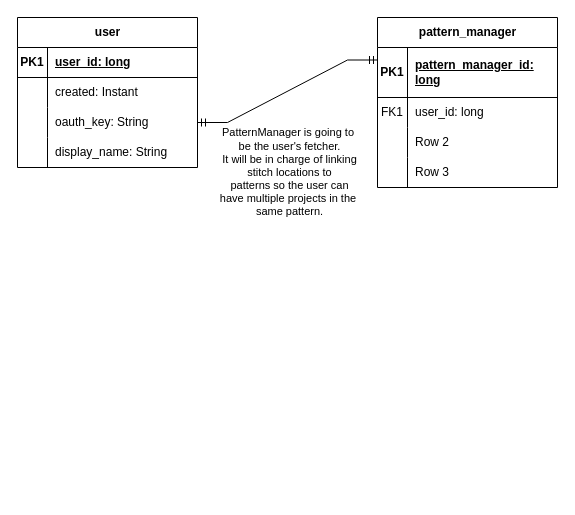
Earlier version of the draw.io diagram work/erd.drawio (ddc-java-17/sereknitty-thedaniellescott). Source tidied: cells renumbered, new cells numbered last; positions are measured from the earlier drawing's top-left corner, leaving out a move shared by most shapes. Both pictures are drawn from the tidied source at 100%, with x=0, y=0 at pixel (17, -83).
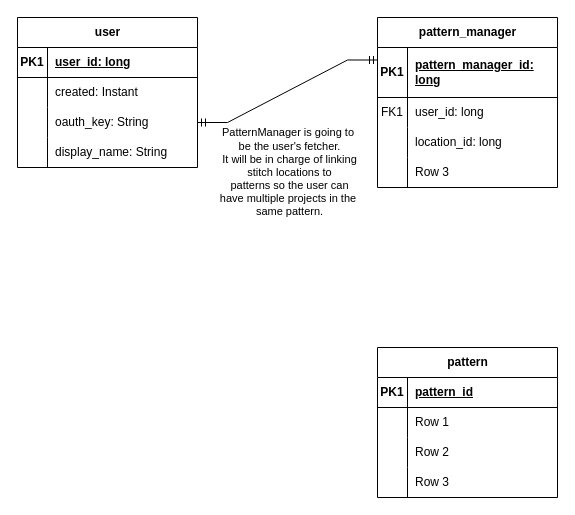
The same diagram, later.

Commit message (it also covers changes not shown here):
Removed user_id field from Pattern. AGNI. ERD still in progress.

The change refers to these unchanged cells:
```xml
<mxCell id="9" style="shape=tableRow;horizontal=0;startSize=0;swimlaneHead=0;swimlaneBody=0;fillColor=none;points=[[0,0.5],[1,0.5]];portConstraint=eastwest;top=0;left=0;right=0;bottom=0;" parent="2" vertex="1">
  <mxGeometry y="90" width="180" height="30" as="geometry" />
</mxCell>
<mxCell id="15" value="pattern_manager" style="shape=table;startSize=30;childLayout=tableLayout;rowLines=0;fontStyle=1;align=center;html=1;" parent="1" vertex="1">
  <mxGeometry x="360" y="100" width="180" height="170" as="geometry" />
</mxCell>
<mxCell id="22" style="shape=tableRow;horizontal=0;startSize=0;swimlaneHead=0;swimlaneBody=0;fillColor=none;top=0;left=0;right=0;bottom=0;" parent="15" vertex="1">
  <mxGeometry y="110" width="180" height="30" as="geometry" />
</mxCell>
```

Diff of the diagram source:
```diff
@@
-    <mxCell id="24" value="Row 2" style="shape=partialRectangle;fillColor=none;top=0;left=0;bottom=0;right=0;align=left;spacingLeft=6;overflow=hidden;whiteSpace=wrap;html=1;" parent="22" vertex="1">
+    <mxCell id="24" value="location_id: long" style="shape=partialRectangle;fillColor=none;top=0;left=0;bottom=0;right=0;align=left;spacingLeft=6;overflow=hidden;whiteSpace=wrap;html=1;" parent="22" vertex="1">
       <mxGeometry x="30" width="150" height="30" as="geometry" />
     </mxCell>
@@
     <mxCell id="28" style="edgeStyle=entityRelationEdgeStyle;fontSize=12;html=1;endArrow=ERmandOne;startArrow=ERmandOne;rounded=0;entryX=0;entryY=0.25;entryDx=0;entryDy=0;exitX=1;exitY=0.5;exitDx=0;exitDy=0;" parent="1" edge="1" source="9" target="15">
       <mxGeometry relative="1" as="geometry">
         <Array as="points">
-          <mxPoint x="390" />
+          <mxPoint x="430" y="40" />
         </Array>
       </mxGeometry>
     </mxCell>
@@
+    <mxCell id="30" value="pattern" style="shape=table;startSize=30;childLayout=tableLayout;rowLines=0;fontStyle=1;align=center;html=1;" parent="1" vertex="1">
+      <mxGeometry x="360" y="430" width="180" height="150" as="geometry" />
+    </mxCell>
+    <mxCell id="31" style="shape=tableRow;horizontal=0;startSize=0;swimlaneHead=0;swimlaneBody=0;fillColor=none;top=0;left=0;right=0;bottom=1;" parent="30" vertex="1">
+      <mxGeometry y="30" width="180" height="30" as="geometry" />
+    </mxCell>
+    <mxCell id="32" value="PK1" style="shape=partialRectangle;fillColor=none;top=0;left=0;bottom=0;right=0;fontStyle=1;overflow=hidden;whiteSpace=wrap;html=1;" parent="31" vertex="1">
+      <mxGeometry width="30" height="30" as="geometry" />
+    </mxCell>
+    <mxCell id="33" value="pattern_id" style="shape=partialRectangle;fillColor=none;top=0;left=0;bottom=0;right=0;align=left;spacingLeft=6;fontStyle=5;overflow=hidden;whiteSpace=wrap;html=1;" parent="31" vertex="1">
+      <mxGeometry x="30" width="150" height="30" as="geometry" />
+    </mxCell>
+    <mxCell id="34" style="shape=tableRow;horizontal=0;startSize=0;swimlaneHead=0;swimlaneBody=0;fillColor=none;top=0;left=0;right=0;bottom=0;" parent="30" vertex="1">
+      <mxGeometry y="60" width="180" height="30" as="geometry" />
+    </mxCell>
+    <mxCell id="35" style="shape=partialRectangle;fillColor=none;top=0;left=0;bottom=0;right=0;overflow=hidden;whiteSpace=wrap;html=1;" parent="34" vertex="1">
+      <mxGeometry width="30" height="30" as="geometry" />
+    </mxCell>
+    <mxCell id="36" value="Row 1" style="shape=partialRectangle;fillColor=none;top=0;left=0;bottom=0;right=0;align=left;spacingLeft=6;overflow=hidden;whiteSpace=wrap;html=1;" parent="34" vertex="1">
+      <mxGeometry x="30" width="150" height="30" as="geometry" />
+    </mxCell>
+    <mxCell id="37" style="shape=tableRow;horizontal=0;startSize=0;swimlaneHead=0;swimlaneBody=0;fillColor=none;top=0;left=0;right=0;bottom=0;" parent="30" vertex="1">
+      <mxGeometry y="90" width="180" height="30" as="geometry" />
+    </mxCell>
+    <mxCell id="38" style="shape=partialRectangle;fillColor=none;top=0;left=0;bottom=0;right=0;overflow=hidden;whiteSpace=wrap;html=1;" parent="37" vertex="1">
+      <mxGeometry width="30" height="30" as="geometry" />
+    </mxCell>
+    <mxCell id="39" value="Row 2" style="shape=partialRectangle;fillColor=none;top=0;left=0;bottom=0;right=0;align=left;spacingLeft=6;overflow=hidden;whiteSpace=wrap;html=1;" parent="37" vertex="1">
+      <mxGeometry x="30" width="150" height="30" as="geometry" />
+    </mxCell>
+    <mxCell id="40" style="shape=tableRow;horizontal=0;startSize=0;swimlaneHead=0;swimlaneBody=0;fillColor=none;top=0;left=0;right=0;bottom=0;" parent="30" vertex="1">
+      <mxGeometry y="120" width="180" height="30" as="geometry" />
+    </mxCell>
+    <mxCell id="41" style="shape=partialRectangle;fillColor=none;top=0;left=0;bottom=0;right=0;overflow=hidden;whiteSpace=wrap;html=1;" parent="40" vertex="1">
+      <mxGeometry width="30" height="30" as="geometry" />
+    </mxCell>
+    <mxCell id="42" value="Row 3" style="shape=partialRectangle;fillColor=none;top=0;left=0;bottom=0;right=0;align=left;spacingLeft=6;overflow=hidden;whiteSpace=wrap;html=1;" parent="40" vertex="1">
+      <mxGeometry x="30" width="150" height="30" as="geometry" />
+    </mxCell>
```
